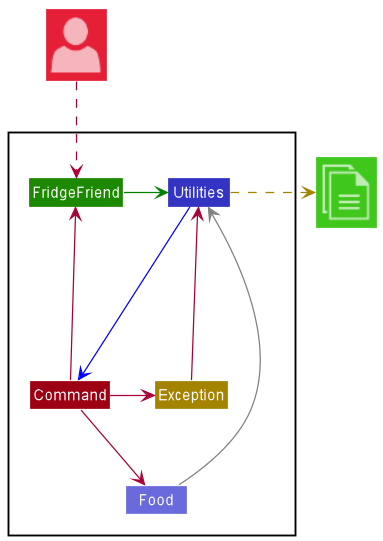
This is docs/diagrams/ArchitectureDiagram.png from nus-cs2113-AY2021S2/tp, a PlantUML export, as it was before one commit.
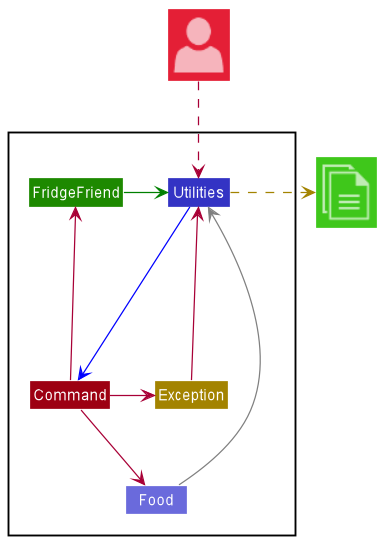
After the change.

The edit, as a diff of the source:
```diff
@@ -26,5 +26,5 @@
 
 
 Utilities .right[STORAGE_COLOR].>File
-User ..> FridgeFriend
+User ..> Utilities
 @enduml
```
